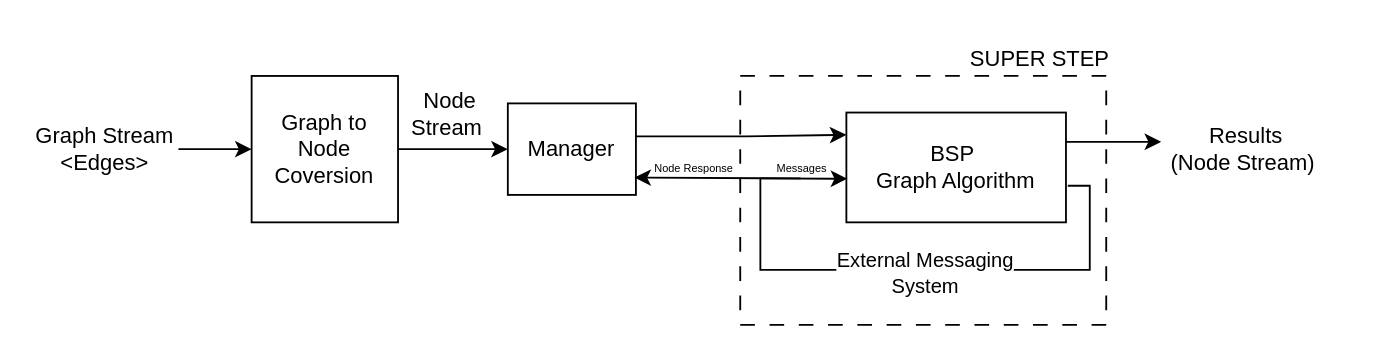
Earlier version of the draw.io diagram Sync.drawio (komzy/FlinkPregelPaper). Source tidied: cells renumbered, new cells numbered last; positions are measured from the earlier drawing's top-left corner, leaving out a move shared by most shapes. Both pictures are drawn from the tidied source at 183%, with x=0, y=0 at pixel (31, 31).
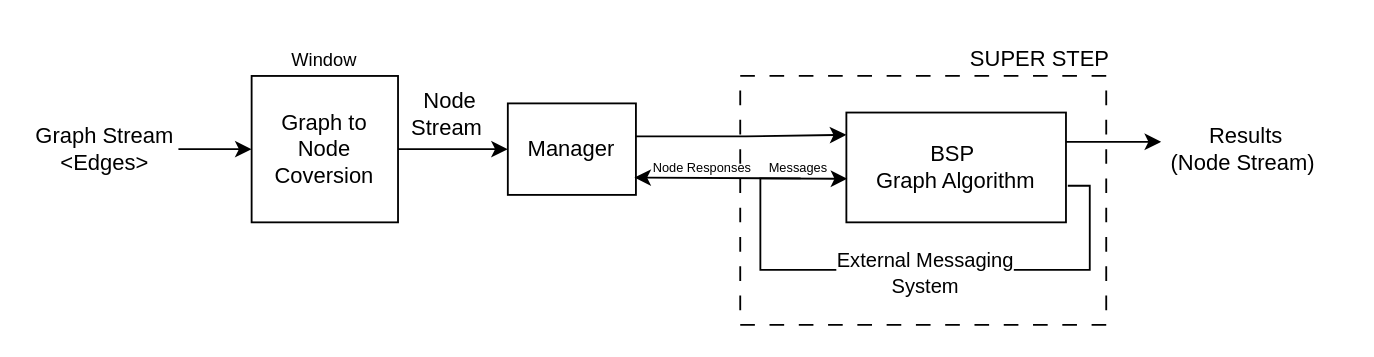
The same page after the edit.

What changed in the source:
```diff
@@
-    <mxCell id="17" value="&lt;font style=&quot;font-size: 6px;&quot;&gt;Node Response&lt;/font&gt;" style="text;html=1;whiteSpace=wrap;strokeColor=none;fillColor=none;align=center;verticalAlign=middle;rounded=0;" parent="1" vertex="1">
-      <mxGeometry x="335" y="68" width="54" height="10" as="geometry" />
+    <mxCell id="17" value="&lt;font style=&quot;font-size: 7px;&quot;&gt;Node Responses&lt;/font&gt;" style="text;html=1;whiteSpace=wrap;strokeColor=none;fillColor=none;align=center;verticalAlign=middle;rounded=0;" parent="1" vertex="1">
+      <mxGeometry x="336" y="68" width="61" height="10" as="geometry" />
     </mxCell>
-    <mxCell id="18" value="&lt;font style=&quot;font-size: 6px;&quot;&gt;Messages&lt;/font&gt;" style="text;html=1;whiteSpace=wrap;strokeColor=none;fillColor=none;align=center;verticalAlign=middle;rounded=0;" parent="1" vertex="1">
-      <mxGeometry x="394" y="68" width="54" height="10" as="geometry" />
+    <mxCell id="18" value="&lt;font style=&quot;font-size: 7px;&quot;&gt;Messages&lt;/font&gt;" style="text;html=1;whiteSpace=wrap;strokeColor=none;fillColor=none;align=center;verticalAlign=middle;rounded=0;" parent="1" vertex="1">
+      <mxGeometry x="392" y="68" width="54" height="10" as="geometry" />
     </mxCell>
+    <mxCell id="19" value="&lt;font style=&quot;font-size: 10px;&quot;&gt;Window&lt;/font&gt;" style="text;html=1;whiteSpace=wrap;strokeColor=none;fillColor=none;align=center;verticalAlign=middle;rounded=0;" parent="1" vertex="1">
+      <mxGeometry x="133" y="10" width="54" height="10" as="geometry" />
+    </mxCell>
```
